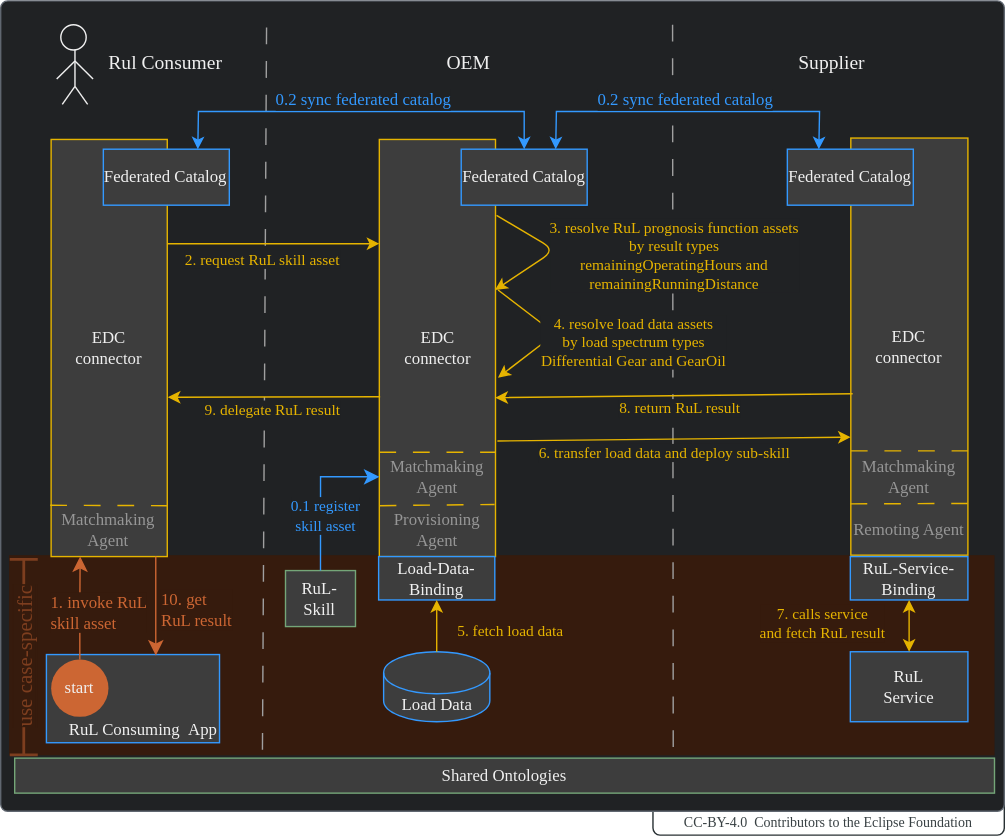
The draw.io diagram docs-kits/kits/behaviour-twin-kit/use-cases/rul/adoption-view/assets/business-process.drawio.svg in catenax-ng/eclipse-tractusx.github.io, before a commit. Source tidied: cells renumbered, new cells last; positions are measured from the earlier drawing's top-left corner, leaving out a move shared by most shapes.
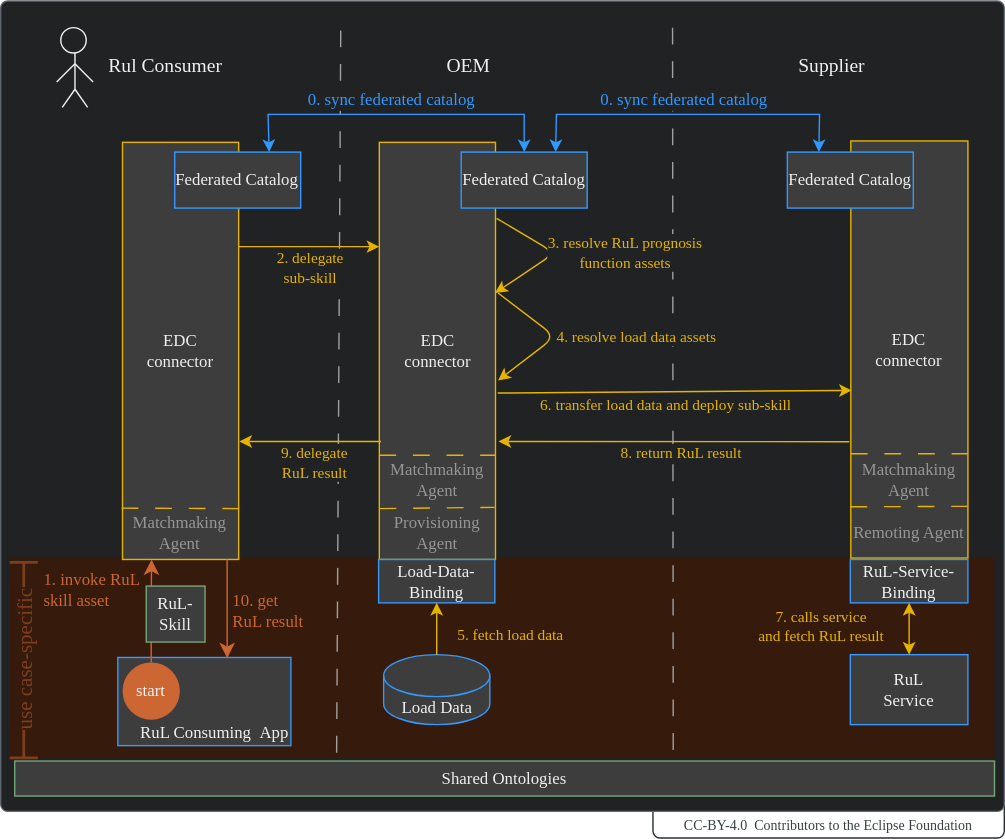
The same file after the commit.

Diff of the diagram source:
```diff
@@ -6,15 +6,15 @@
       <mxGeometry x="519" y="568" width="251" height="28" as="geometry" />
     </mxCell>
     <mxCell id="3" style="rounded=1;whiteSpace=wrap;html=1;fillColor=#202224;strokeColor=#606770;arcSize=10;absoluteArcSize=1;imageWidth=25;fillStyle=solid;fontFamily=Manrope;" parent="1" vertex="1">
-      <mxGeometry x="53" width="717" height="579" as="geometry" />
+      <mxGeometry x="53" y="-2" width="717" height="579" as="geometry" />
     </mxCell>
     <mxCell id="4" style="rounded=0;whiteSpace=wrap;html=1;strokeColor=none;fillColor=#361B0D;fillStyle=solid;fontColor=#F0F0F0;fontFamily=Manrope;" parent="1" vertex="1">
       <mxGeometry x="59" y="396" width="704" height="143" as="geometry" />
     </mxCell>
     <mxCell id="5" style="endArrow=none;html=1;rounded=0;dashed=1;dashPattern=12 12;strokeColor=#A0A0A0;startArrow=none;fontFamily=Manrope;" parent="1" edge="1">
       <mxGeometry relative="1" as="geometry">
-        <mxPoint x="240" y="535" as="sourcePoint" />
-        <mxPoint x="243" y="8" as="targetPoint" />
+        <mxPoint x="293" y="535" as="sourcePoint" />
+        <mxPoint x="296" y="8" as="targetPoint" />
       </mxGeometry>
     </mxCell>
     <mxCell id="6" style="endArrow=none;html=1;rounded=0;dashed=1;dashPattern=12 12;strokeColor=#A0A0A0;fontFamily=Manrope;" parent="1" edge="1">
@@ -33,7 +33,7 @@
       <mxGeometry x="544" y="30" width="206.2" height="30" as="geometry" />
     </mxCell>
     <mxCell id="10" value="&lt;font style=&quot;font-size: 12px;&quot; face=&quot;Manrope&quot;&gt;EDC&lt;br&gt;connector&lt;/font&gt;" style="rounded=0;whiteSpace=wrap;html=1;strokeColor=#E6B400;fillColor=#3D3D3D;fillStyle=solid;fontColor=#F0F0F0;fontFamily=Manrope;" parent="1" vertex="1">
-      <mxGeometry x="89" y="99" width="83" height="298" as="geometry" />
+      <mxGeometry x="140" y="99" width="83" height="298" as="geometry" />
     </mxCell>
     <mxCell id="11" value="&lt;font style=&quot;font-size: 12px;&quot; face=&quot;Manrope&quot;&gt;EDC&lt;br&gt;&lt;/font&gt;connector&lt;font style=&quot;font-size: 12px;&quot; face=&quot;Manrope&quot;&gt;&lt;br&gt;&lt;/font&gt;" style="rounded=0;whiteSpace=wrap;html=1;strokeColor=#E6B400;fillColor=#3D3D3D;fillStyle=solid;fontColor=#F0F0F0;fontFamily=Manrope;" parent="1" vertex="1">
       <mxGeometry x="323.5" y="99" width="83" height="298" as="geometry" />
@@ -78,7 +78,7 @@
       </mxGeometry>
     </mxCell>
     <mxCell id="20" value="&lt;font style=&quot;font-size: 12px;&quot; face=&quot;Manrope&quot;&gt;Federated Catalog&lt;/font&gt;" style="rounded=0;whiteSpace=wrap;html=1;strokeColor=#3399FF;fillColor=#3D3D3D;fillStyle=solid;fontColor=#F0F0F0;fontFamily=Manrope;" parent="1" vertex="1">
-      <mxGeometry x="126.3" y="106" width="90" height="40" as="geometry" />
+      <mxGeometry x="177.3" y="106" width="90" height="40" as="geometry" />
     </mxCell>
     <mxCell id="21" value="&lt;font style=&quot;font-size: 12px;&quot; face=&quot;Manrope&quot;&gt;Shared Ontologies&lt;br&gt;&lt;/font&gt;" style="rounded=0;whiteSpace=wrap;html=1;strokeColor=#74A678;fillColor=#3D3D3D;fillStyle=solid;fontColor=#F0F0F0;fontFamily=Manrope;" parent="1" vertex="1">
       <mxGeometry x="63" y="541" width="700" height="25" as="geometry" />
@@ -92,14 +92,14 @@
     <mxCell id="24" style="endArrow=classic;startArrow=classic;html=1;strokeColor=#3399FF;fontSize=12;fontColor=#F0F0F0;exitX=0.75;exitY=0;exitDx=0;exitDy=0;entryX=0.5;entryY=0;entryDx=0;entryDy=0;rounded=0;fontFamily=Manrope;" parent="1" edge="1" source="20" target="22">
       <mxGeometry relative="1" as="geometry">
         <Array as="points">
-          <mxPoint x="194.3" y="79" />
+          <mxPoint x="244" y="79" />
           <mxPoint x="427" y="79" />
         </Array>
       </mxGeometry>
     </mxCell>
-    <mxCell id="25" value="&lt;font face=&quot;Manrope&quot; color=&quot;#3399ff&quot;&gt;&amp;nbsp;0.2 sync federated catalog&lt;/font&gt;" style="edgeLabel;html=1;align=center;verticalAlign=middle;fontSize=12;fontColor=#F0F0F0;labelBackgroundColor=#202224;fixedWidth=0;labelPadding=0;noLabel=0;fontFamily=Manrope;" parent="24" vertex="1">
+    <mxCell id="25" value="&lt;font face=&quot;Manrope&quot; color=&quot;#3399ff&quot;&gt;&amp;nbsp;0. sync federated catalog&lt;/font&gt;" style="edgeLabel;html=1;align=center;verticalAlign=middle;fontSize=12;fontColor=#F0F0F0;labelBackgroundColor=#202224;fixedWidth=0;labelPadding=0;noLabel=0;fontFamily=Manrope;" parent="24" vertex="1">
       <mxGeometry x="0.2" relative="1" as="geometry">
-        <mxPoint x="-28" y="-9" as="offset" />
+        <mxPoint x="-28" y="-10" as="offset" />
       </mxGeometry>
     </mxCell>
     <mxCell id="26" style="endArrow=classic;startArrow=classic;html=1;strokeColor=#3399FF;fontSize=12;fontColor=#F0F0F0;exitX=0.75;exitY=0;exitDx=0;exitDy=0;entryX=0.25;entryY=0;entryDx=0;entryDy=0;rounded=0;fontFamily=Manrope;" parent="1" edge="1" source="22" target="23">
@@ -113,9 +113,9 @@
     <mxCell id="27" value="&lt;span style=&quot;color: rgba(0, 0, 0, 0); font-family: monospace; font-size: 0px; text-align: start; background-color: rgb(42, 37, 47);&quot;&gt;%3CmxGraphModel%3E%3Croot%3E%3CmxCell%20id%3D%220%22%2F%3E%3CmxCell%20id%3D%221%22%20parent%3D%220%22%2F%3E%3CmxCell%20id%3D%222%22%20value%3D%22%26lt%3Bfont%20color%3D%26quot%3B%233399ff%26quot%3B%26gt%3B%26amp%3Bnbsp%3B0.%20sync%20catalogs%26amp%3Bnbsp%3B%26lt%3B%2Ffont%26gt%3B%22%20style%3D%22edgeLabel%3Bhtml%3D1%3Balign%3Dcenter%3BverticalAlign%3Dmiddle%3Bresizable%3D0%3Bpoints%3D%5B%5D%3BfontSize%3D12%3BfontColor%3D%23F0F0F0%3B%22%20vertex%3D%221%22%20connectable%3D%220%22%20parent%3D%221%22%3E%3CmxGeometry%20x%3D%22300.604529274819%22%20y%3D%22-950%22%20as%3D%22geometry%22%2F%3E%3C%2FmxCell%3E%3C%2Froot%3E%3C%2FmxGraphModel%&lt;/span&gt;" style="edgeLabel;html=1;align=center;verticalAlign=middle;fontSize=12;fontColor=#3399FF;fontFamily=Manrope;" parent="26" vertex="1">
       <mxGeometry x="0.09" relative="1" as="geometry" />
     </mxCell>
-    <mxCell id="28" value="&amp;nbsp;0.2 sync federated catalog" style="edgeLabel;html=1;align=center;verticalAlign=middle;fontSize=12;fontColor=#3399FF;labelBackgroundColor=#202224;fontFamily=Manrope;" parent="26" vertex="1">
+    <mxCell id="28" value="&amp;nbsp;0. sync federated catalog" style="edgeLabel;html=1;align=center;verticalAlign=middle;fontSize=12;fontColor=#3399FF;labelBackgroundColor=#202224;fontFamily=Manrope;" parent="26" vertex="1">
       <mxGeometry x="0.11" relative="1" as="geometry">
-        <mxPoint x="-17" y="-9" as="offset" />
+        <mxPoint x="-17" y="-10" as="offset" />
       </mxGeometry>
     </mxCell>
     <mxCell id="29" value="&lt;font style=&quot;font-size: 12px;&quot; face=&quot;Manrope&quot;&gt;Load-Data-Binding&lt;/font&gt;" style="rounded=0;whiteSpace=wrap;html=1;strokeColor=#3399FF;fillColor=#3D3D3D;fillStyle=solid;fontColor=#F0F0F0;fontFamily=Manrope;" parent="1" vertex="1">
@@ -127,9 +127,9 @@
     <mxCell id="31" style="endArrow=classic;html=1;strokeColor=#E6B400;fontColor=#E6B400;entryX=0;entryY=0.25;entryDx=0;entryDy=0;exitX=1;exitY=0.25;exitDx=0;exitDy=0;fontFamily=Manrope;" parent="1" edge="1" source="10" target="11">
       <mxGeometry relative="1" as="geometry" />
     </mxCell>
-    <mxCell id="32" value="&lt;font face=&quot;Manrope&quot;&gt;2. request RuL skill asset&lt;/font&gt;" style="edgeLabel;html=1;align=left;verticalAlign=middle;fontColor=#E6B400;labelBackgroundColor=#202224;fontFamily=Manrope;" parent="31" vertex="1">
+    <mxCell id="32" value="&lt;font face=&quot;Manrope&quot;&gt;2. delegate&lt;br&gt;&amp;nbsp;sub-skill&lt;/font&gt;" style="edgeLabel;html=1;align=center;verticalAlign=middle;fontColor=#E6B400;labelBackgroundColor=#202224;fontFamily=Manrope;" parent="31" vertex="1">
       <mxGeometry x="-0.23" y="1" relative="1" as="geometry">
-        <mxPoint x="-47" y="12" as="offset" />
+        <mxPoint x="12" y="16" as="offset" />
       </mxGeometry>
     </mxCell>
     <mxCell id="33" value="&lt;font face=&quot;Manrope&quot; color=&quot;#f0f0f0&quot;&gt;Load Data&lt;/font&gt;" style="shape=cylinder3;whiteSpace=wrap;html=1;boundedLbl=1;backgroundOutline=1;size=15;labelBackgroundColor=none;strokeColor=#3399FF;fontColor=#3399FF;fillColor=#3D3D3D;fontFamily=Manrope;" parent="1" vertex="1">
@@ -149,9 +149,6 @@
         <mxPoint x="51" y="11" as="offset" />
       </mxGeometry>
     </mxCell>
-    <mxCell id="38" value="&lt;font style=&quot;font-size: 12px;&quot; face=&quot;Manrope&quot;&gt;RuL-&lt;br&gt;Skill&lt;br&gt;&lt;/font&gt;" style="rounded=0;whiteSpace=wrap;html=1;strokeColor=#74A678;fillColor=#3D3D3D;fillStyle=solid;fontColor=#F0F0F0;fontFamily=Manrope;" parent="1" vertex="1">
-      <mxGeometry x="256.5" y="407" width="50" height="40" as="geometry" />
-    </mxCell>
     <mxCell id="39" value="&lt;font face=&quot;Manrope&quot; color=&quot;#7d3e1f&quot; style=&quot;background-color: rgb(54, 27, 13); font-size: 15px;&quot;&gt;&amp;nbsp;use case-specific&amp;nbsp;&lt;/font&gt;" style="shape=crossbar;whiteSpace=wrap;html=1;rounded=1;labelBackgroundColor=#361B0D;strokeColor=#7D3E1F;fontColor=#F0F0F0;fillColor=#69341A;rotation=-90;strokeWidth=2;fontFamily=Manrope;" parent="1" vertex="1">
       <mxGeometry x="-0.4" y="458.9" width="139.7" height="20" as="geometry" />
     </mxCell>
@@ -162,9 +159,9 @@
         </Array>
       </mxGeometry>
     </mxCell>
-    <mxCell id="41" value="&lt;font face=&quot;Manrope&quot;&gt;3. resolve RuL prognosis function assets&lt;br&gt;by&amp;nbsp;result types&lt;br&gt;remainingOperatingHours and&lt;br&gt;remainingRunningDistance&lt;br&gt;&lt;/font&gt;" style="edgeLabel;html=1;align=center;verticalAlign=middle;labelBackgroundColor=#202224;fontColor=#E6B400;fontFamily=Manrope;" parent="40" vertex="1">
+    <mxCell id="41" value="&lt;font face=&quot;Manrope&quot;&gt;3. resolve RuL prognosis&lt;br&gt;function assets&lt;br&gt;&lt;/font&gt;" style="edgeLabel;html=1;align=center;verticalAlign=middle;labelBackgroundColor=#202224;fontColor=#E6B400;fontFamily=Manrope;" parent="40" vertex="1">
       <mxGeometry x="0.35" relative="1" as="geometry">
-        <mxPoint x="100" y="-7" as="offset" />
+        <mxPoint x="65" y="-11" as="offset" />
       </mxGeometry>
     </mxCell>
     <mxCell id="42" style="endArrow=classic;html=1;fontColor=#E6B400;strokeColor=#E6B400;entryX=1.022;entryY=0.571;entryDx=0;entryDy=0;entryPerimeter=0;exitX=1.022;exitY=0.361;exitDx=0;exitDy=0;exitPerimeter=0;fontFamily=Manrope;" parent="1" edge="1" source="11" target="11">
@@ -174,15 +171,15 @@
         </Array>
       </mxGeometry>
     </mxCell>
-    <mxCell id="43" value="&lt;font face=&quot;Manrope&quot;&gt;4. resolve load data assets&lt;br&gt;by load spectrum types&lt;br&gt;Differential Gear and GearOil&lt;br&gt;&lt;/font&gt;" style="edgeLabel;html=1;align=center;verticalAlign=middle;labelBackgroundColor=#202224;fontColor=#E6B400;fontFamily=Manrope;" parent="42" vertex="1">
+    <mxCell id="43" value="&lt;font face=&quot;Manrope&quot;&gt;4. resolve load data assets&lt;br&gt;&lt;/font&gt;" style="edgeLabel;html=1;align=center;verticalAlign=middle;labelBackgroundColor=#202224;fontColor=#E6B400;fontFamily=Manrope;" parent="42" vertex="1">
       <mxGeometry x="0.35" relative="1" as="geometry">
-        <mxPoint x="69" y="-5" as="offset" />
+        <mxPoint x="71" y="-11" as="offset" />
       </mxGeometry>
     </mxCell>
     <mxCell id="44" value="&lt;font face=&quot;Manrope&quot;&gt;7. calls service&lt;br&gt;and fetch RuL result&lt;/font&gt;" style="edgeLabel;html=1;align=center;verticalAlign=middle;fontColor=#E6B400;labelBackgroundColor=#361B0D;fontFamily=Manrope;" parent="1" vertex="1">
       <mxGeometry x="639" y="445" as="geometry" />
     </mxCell>
-    <mxCell id="45" style="endArrow=classic;html=1;strokeColor=#E6B400;fontColor=#F0F0F0;exitX=0.016;exitY=0.613;exitDx=0;exitDy=0;exitPerimeter=0;fontFamily=Manrope;entryX=0.999;entryY=0.619;entryDx=0;entryDy=0;entryPerimeter=0;" parent="1" edge="1" source="12" target="11">
+    <mxCell id="45" style="endArrow=classic;html=1;strokeColor=#E6B400;fontColor=#F0F0F0;fontFamily=Manrope;entryX=1.026;entryY=0.717;entryDx=0;entryDy=0;entryPerimeter=0;exitX=-0.013;exitY=0.721;exitDx=0;exitDy=0;exitPerimeter=0;" parent="1" edge="1" source="12" target="11">
       <mxGeometry relative="1" as="geometry" />
     </mxCell>
     <mxCell id="46" value="&lt;font face=&quot;Manrope&quot;&gt;8. return RuL result&lt;/font&gt;" style="edgeLabel;html=1;align=center;verticalAlign=middle;fontColor=#E6B400;labelBackgroundColor=#202224;fontFamily=Manrope;" parent="45" vertex="1">
@@ -190,7 +187,7 @@
         <mxPoint x="56" y="9" as="offset" />
       </mxGeometry>
     </mxCell>
-    <mxCell id="47" style="endArrow=classic;html=1;strokeColor=#E6B400;fontColor=#F0F0F0;entryX=-0.001;entryY=0.717;entryDx=0;entryDy=0;fontFamily=Manrope;entryPerimeter=0;exitX=1.016;exitY=0.723;exitDx=0;exitDy=0;exitPerimeter=0;" parent="1" edge="1" source="11" target="12">
+    <mxCell id="47" style="endArrow=classic;html=1;strokeColor=#E6B400;fontColor=#F0F0F0;entryX=0.008;entryY=0.598;entryDx=0;entryDy=0;fontFamily=Manrope;exitX=1.019;exitY=0.601;exitDx=0;exitDy=0;exitPerimeter=0;entryPerimeter=0;" parent="1" edge="1" source="11" target="12">
       <mxGeometry relative="1" as="geometry" />
     </mxCell>
     <mxCell id="48" value="6. transfer load data and deploy sub-skill" style="edgeLabel;html=1;align=center;verticalAlign=middle;fontColor=#E6B400;labelBackgroundColor=#202224;fontFamily=Manrope;" parent="47" vertex="1">
@@ -198,39 +195,27 @@
         <mxPoint x="-59" y="9" as="offset" />
       </mxGeometry>
     </mxCell>
-    <mxCell id="49" style="endArrow=classic;html=1;strokeColor=#E6B400;fontColor=#F0F0F0;entryX=1.005;entryY=0.618;entryDx=0;entryDy=0;entryPerimeter=0;fontFamily=Manrope;exitX=0.007;exitY=0.617;exitDx=0;exitDy=0;exitPerimeter=0;" parent="1" edge="1" source="11" target="10">
+    <mxCell id="49" style="endArrow=classic;html=1;strokeColor=#E6B400;fontColor=#F0F0F0;fontFamily=Manrope;exitX=0.014;exitY=0.717;exitDx=0;exitDy=0;exitPerimeter=0;entryX=1.006;entryY=0.717;entryDx=0;entryDy=0;entryPerimeter=0;" parent="1" edge="1" source="11" target="10">
       <mxGeometry relative="1" as="geometry" />
     </mxCell>
-    <mxCell id="50" value="&lt;font face=&quot;Manrope&quot;&gt;9. delegate RuL result&lt;/font&gt;" style="edgeLabel;html=1;align=center;verticalAlign=middle;fontColor=#E6B400;labelBackgroundColor=#202224;fontFamily=Manrope;" parent="49" vertex="1">
+    <mxCell id="50" value="&lt;font face=&quot;Manrope&quot;&gt;9. delegate&lt;br&gt;RuL result&lt;/font&gt;" style="edgeLabel;html=1;align=center;verticalAlign=middle;fontColor=#E6B400;labelBackgroundColor=#202224;fontFamily=Manrope;" parent="49" vertex="1">
       <mxGeometry x="0.41" y="-1" relative="1" as="geometry">
-        <mxPoint x="29" y="9" as="offset" />
+        <mxPoint x="24" y="16" as="offset" />
       </mxGeometry>
     </mxCell>
-    <mxCell id="51" style="edgeStyle=segmentEdgeStyle;endArrow=classic;html=1;curved=0;rounded=0;endSize=8;startSize=8;strokeColor=#3399FF;fontColor=#E6B400;exitX=0.5;exitY=0;exitDx=0;exitDy=0;entryX=0;entryY=0.5;entryDx=0;entryDy=0;fontFamily=Manrope;" parent="1" edge="1" source="38" target="58">
-      <mxGeometry relative="1" as="geometry">
-        <Array as="points">
-          <mxPoint x="282" y="340" />
-        </Array>
-      </mxGeometry>
-    </mxCell>
-    <mxCell id="52" value="&lt;font face=&quot;Manrope&quot; style=&quot;&quot; color=&quot;#3399ff&quot;&gt;0.1 register&lt;br&gt;skill asset&lt;/font&gt;" style="edgeLabel;html=1;align=center;verticalAlign=middle;fontColor=#E6B400;labelBackgroundColor=#202224;fontFamily=Manrope;" parent="51" vertex="1">
-      <mxGeometry x="0.14" y="-2" relative="1" as="geometry">
-        <mxPoint x="1" y="22" as="offset" />
-      </mxGeometry>
-    </mxCell>
     <mxCell id="53" value="&lt;font style=&quot;font-size: 12px;&quot; face=&quot;Manrope&quot;&gt;RuL Consuming&amp;nbsp;&amp;nbsp;App&lt;/font&gt;" style="rounded=0;whiteSpace=wrap;html=1;strokeColor=#3399FF;fillColor=#3D3D3D;fillStyle=solid;fontColor=#F0F0F0;fontFamily=Manrope;align=right;verticalAlign=bottom;" parent="1" vertex="1">
-      <mxGeometry x="85.7" y="467" width="123.7" height="63" as="geometry" />
+      <mxGeometry x="136.7" y="467" width="123.7" height="63" as="geometry" />
     </mxCell>
     <mxCell id="54" style="edgeStyle=elbowEdgeStyle;elbow=vertical;endArrow=classic;html=1;curved=0;rounded=0;endSize=8;startSize=8;strokeColor=#CC6633;fontSize=12;fontColor=#F0F0F0;exitX=0.5;exitY=0;exitDx=0;exitDy=0;fontFamily=Manrope;entryX=0.25;entryY=1;entryDx=0;entryDy=0;" parent="1" edge="1" source="56" target="10">
       <mxGeometry relative="1" as="geometry" />
     </mxCell>
     <mxCell id="55" value="&lt;font face=&quot;Manrope&quot;&gt;1. invoke RuL&lt;br&gt;skill asset&lt;/font&gt;" style="edgeLabel;html=1;align=left;verticalAlign=middle;fontSize=12;fontColor=#CC6633;labelBackgroundColor=#361B0D;fontFamily=Manrope;" parent="54" vertex="1">
       <mxGeometry x="-0.72" y="-3" relative="1" as="geometry">
-        <mxPoint x="-26" y="-24" as="offset" />
+        <mxPoint x="-82" y="-42" as="offset" />
       </mxGeometry>
     </mxCell>
     <mxCell id="56" value="&lt;font face=&quot;Manrope&quot;&gt;start&lt;/font&gt;" style="ellipse;whiteSpace=wrap;html=1;strokeColor=none;fontSize=12;fontColor=#F0F0F0;fillColor=#CC6633;fontFamily=Manrope;" parent="1" vertex="1">
-      <mxGeometry x="89" y="470.5" width="41" height="41" as="geometry" />
+      <mxGeometry x="140" y="470.5" width="41" height="41" as="geometry" />
     </mxCell>
     <mxCell id="57" value="&lt;font style=&quot;font-size: 12px;&quot; face=&quot;Manrope&quot;&gt;Provisioning Agent&lt;/font&gt;" style="rounded=0;whiteSpace=wrap;html=1;strokeColor=none;fillColor=none;fillStyle=solid;fontColor=#969696;fontFamily=Manrope;" parent="1" vertex="1">
       <mxGeometry x="324" y="364" width="82" height="28" as="geometry" />
@@ -245,12 +230,12 @@
       <mxGeometry x="660.8" y="326" width="82" height="28" as="geometry" />
     </mxCell>
     <mxCell id="61" value="&lt;font style=&quot;font-size: 12px;&quot; face=&quot;Manrope&quot;&gt;Matchmaking&lt;br&gt;Agent&lt;/font&gt;" style="rounded=0;whiteSpace=wrap;html=1;strokeColor=none;fillColor=none;fillStyle=solid;fontColor=#969696;fontFamily=Manrope;" parent="1" vertex="1">
-      <mxGeometry x="89" y="364" width="82" height="28" as="geometry" />
+      <mxGeometry x="140" y="364" width="82" height="28" as="geometry" />
     </mxCell>
     <mxCell id="62" style="edgeStyle=elbowEdgeStyle;elbow=vertical;endArrow=classic;html=1;curved=0;rounded=0;endSize=8;startSize=8;strokeColor=#CC6633;fontSize=12;fontColor=#F0F0F0;entryX=0.632;entryY=0.01;entryDx=0;entryDy=0;fontFamily=Manrope;entryPerimeter=0;exitX=0.901;exitY=1;exitDx=0;exitDy=0;exitPerimeter=0;" parent="1" edge="1" source="10" target="53">
       <mxGeometry relative="1" as="geometry">
         <Array as="points">
-          <mxPoint x="177" y="450" />
+          <mxPoint x="228" y="450" />
         </Array>
       </mxGeometry>
     </mxCell>
@@ -279,5 +264,8 @@
     <mxCell id="69" style="endArrow=none;html=1;fontColor=#969696;exitX=-0.008;exitY=0.877;exitDx=0;exitDy=0;entryX=0.997;entryY=0.878;entryDx=0;entryDy=0;dashed=1;dashPattern=12 12;strokeColor=#E6B400;exitPerimeter=0;entryPerimeter=0;" parent="1" edge="1" source="10" target="10">
       <mxGeometry relative="1" as="geometry" />
     </mxCell>
+    <mxCell id="38" value="&lt;font style=&quot;font-size: 12px;&quot; face=&quot;Manrope&quot;&gt;RuL-&lt;br&gt;Skill&lt;br&gt;&lt;/font&gt;" style="rounded=0;whiteSpace=wrap;html=1;strokeColor=#74A678;fillColor=#3D3D3D;fillStyle=solid;fontColor=#F0F0F0;fontFamily=Manrope;" parent="1" vertex="1">
+      <mxGeometry x="157" y="416" width="42" height="40" as="geometry" />
+    </mxCell>
   </root>
 </mxGraphModel>
```
